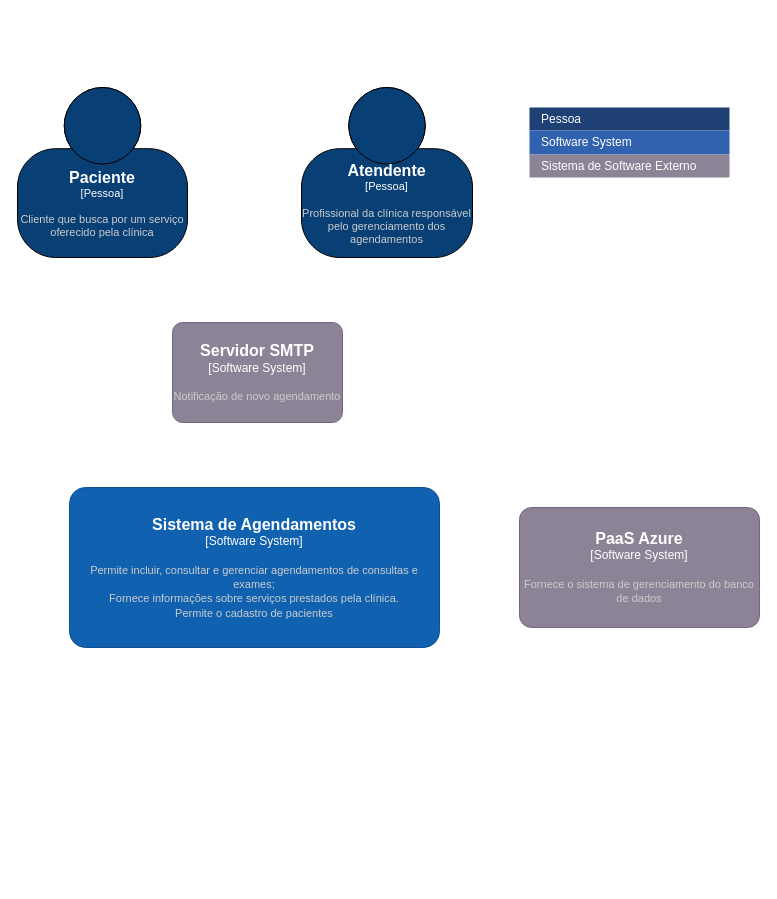
Earlier version of the draw.io diagram C4-Diagram-ClinicaMedica.drawio (betosedenho/ProjetoIntegrado-EngSoftware). Source tidied: cells renumbered, new cells numbered last; positions are measured from the earlier drawing's top-left corner, leaving out a move shared by most shapes. Both pictures are drawn from the tidied source at 100%, with x=0, y=0 at pixel (17, 87).
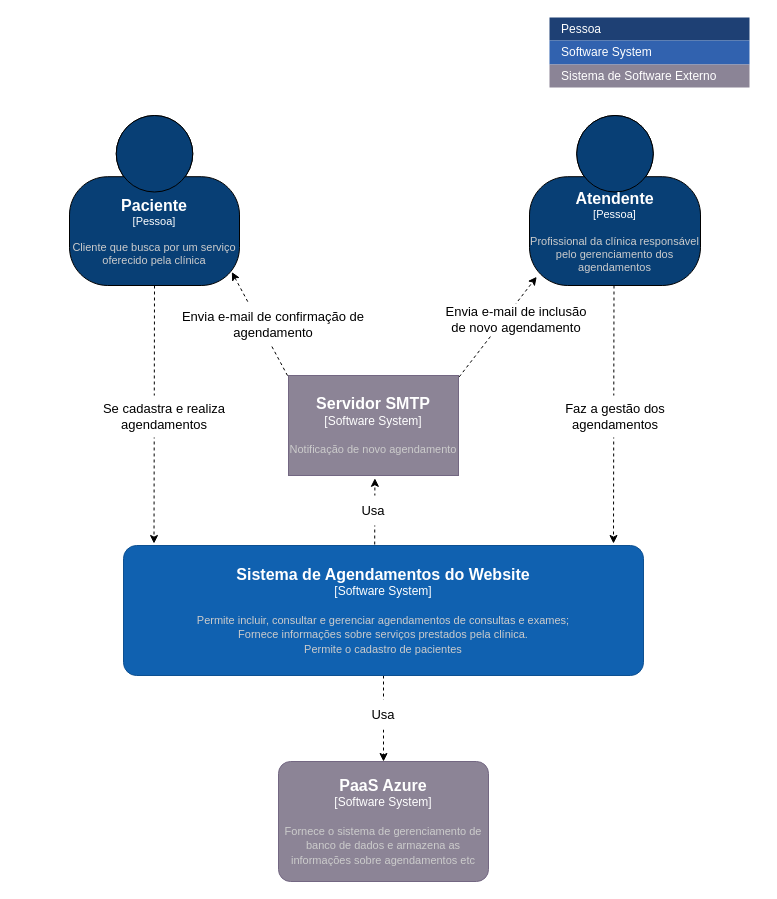
After the change.

Diff of the diagram source:
```diff
@@
     <object id="2" label="&lt;font style=&quot;font-size: 16px&quot;&gt;&lt;b&gt;%c4Name%&lt;/b&gt;&lt;/font&gt;&lt;div&gt;[%c4Type%]&lt;/div&gt;&lt;br&gt;&lt;div&gt;&lt;font style=&quot;font-size: 11px&quot;&gt;&lt;font color=&quot;#cccccc&quot;&gt;%c4Description%&lt;/font&gt;&lt;/div&gt;" c4Description="Cliente que busca por um serviço oferecido pela clínica" c4Name="Paciente" c4Type="Pessoa" placeholders="1">
       <mxCell style="html=1;fontSize=11;dashed=0;whitespace=wrap;fillColor=#083F75;strokeColor=default;fontColor=#ffffff;shape=mxgraph.c4.person2;align=center;points=[[0.5,0,0],[1,0.5,0],[1,0.75,0],[0.75,1,0],[0.5,1,0],[0.25,1,0],[0,0.75,0],[0,0.5,0]];gradientColor=none;shadow=0;sketch=0;verticalAlign=middle;whiteSpace=wrap;" parent="1" vertex="1">
-        <mxGeometry width="170" height="170" as="geometry" />
+        <mxGeometry x="52" y="28" width="170" height="170" as="geometry" />
       </mxCell>
     </object>
     <mxCell id="3" style="shape=table;html=1;whiteSpace=wrap;startSize=0;childLayout=tableLayout;fillColor=none;align=left;spacingLeft=10;strokeColor=none;rounded=1;arcSize=11;fontColor=#FFFFFF;" parent="1" vertex="1">
-      <mxGeometry x="512" y="20" width="200" height="70" as="geometry" />
+      <mxGeometry x="532" y="-70" width="200" height="70" as="geometry" />
     </mxCell>
@@
     <object id="7" label="&lt;font style=&quot;font-size: 16px&quot;&gt;&lt;b&gt;%c4Name%&lt;/b&gt;&lt;/font&gt;&lt;div&gt;[%c4Type%]&lt;/div&gt;&lt;br&gt;&lt;div&gt;&lt;font style=&quot;font-size: 11px&quot;&gt;&lt;font color=&quot;#cccccc&quot;&gt;%c4Description%&lt;/font&gt;&lt;/div&gt;" c4Description="Profissional da clínica responsável pelo gerenciamento dos agendamentos" c4Name="Atendente" c4Type="Pessoa" placeholders="1">
       <mxCell style="html=1;fontSize=11;dashed=0;whitespace=wrap;fillColor=#083F75;strokeColor=default;fontColor=#ffffff;shape=mxgraph.c4.person2;align=center;points=[[0.5,0,0],[1,0.5,0],[1,0.75,0],[0.75,1,0],[0.5,1,0],[0.25,1,0],[0,0.75,0],[0,0.5,0]];gradientColor=none;shadow=0;sketch=0;verticalAlign=middle;whiteSpace=wrap;" parent="1" vertex="1">
-        <mxGeometry x="284" width="171" height="170" as="geometry" />
+        <mxGeometry x="512" y="28" width="171" height="170" as="geometry" />
       </mxCell>
     </object>
+    <mxCell id="11" style="edgeStyle=none;rounded=0;sketch=0;orthogonalLoop=1;jettySize=auto;html=1;entryX=0.561;entryY=1.038;entryDx=0;entryDy=0;entryPerimeter=0;dashed=1;fontSize=13;" parent="1" edge="1">
+      <mxGeometry relative="1" as="geometry">
+        <mxPoint x="357.2" y="457" as="sourcePoint" />
+        <mxPoint x="357.4" y="390.8" as="targetPoint" />
+      </mxGeometry>
+    </mxCell>
+    <mxCell id="12" style="edgeStyle=none;rounded=0;sketch=0;jettySize=auto;html=1;entryX=0.5;entryY=0;entryDx=0;entryDy=0;entryPerimeter=0;dashed=1;fontSize=13;" parent="1" edge="1" source="8" target="10">
+      <mxGeometry relative="1" as="geometry" />
+    </mxCell>
-    <object id="8" label="&lt;font style=&quot;font-size: 16px&quot;&gt;&lt;b&gt;%c4Name%&lt;/b&gt;&lt;/font&gt;&lt;div&gt;[%c4Type%]&lt;/div&gt;&lt;br&gt;&lt;div&gt;&lt;font style=&quot;font-size: 11px&quot;&gt;&lt;font color=&quot;#cccccc&quot;&gt;%c4Description%&lt;/font&gt;&lt;/font&gt;&lt;/div&gt;" c4Description="Permite incluir, consultar e gerenciar agendamentos de consultas e exames;&#10;Fornece informações sobre serviços prestados pela clínica. &#10;Permite o cadastro de pacientes" c4Name="Sistema de Agendamentos" c4Type="Software System" placeholders="1">
+    <object id="8" label="&lt;font style=&quot;font-size: 16px&quot;&gt;&lt;b&gt;%c4Name%&lt;/b&gt;&lt;/font&gt;&lt;div&gt;[%c4Type%]&lt;/div&gt;&lt;br&gt;&lt;div&gt;&lt;font style=&quot;font-size: 11px&quot;&gt;&lt;font color=&quot;#cccccc&quot;&gt;%c4Description%&lt;/font&gt;&lt;/font&gt;&lt;/div&gt;" c4Description="Permite incluir, consultar e gerenciar agendamentos de consultas e exames;&#10;Fornece informações sobre serviços prestados pela clínica. &#10;Permite o cadastro de pacientes" c4Name="Sistema de Agendamentos do Website" c4Type="Software System" placeholders="1">
       <mxCell style="rounded=1;whiteSpace=wrap;html=1;labelBackgroundColor=none;fillColor=#1061B0;fontColor=#ffffff;align=center;arcSize=10;strokeColor=#0D5091;points=[[0.25,0,0],[0.5,0,0],[0.75,0,0],[1,0.25,0],[1,0.5,0],[1,0.75,0],[0.75,1,0],[0.5,1,0],[0.25,1,0],[0,0.75,0],[0,0.5,0],[0,0.25,0]];shadow=0;sketch=0;labelBorderColor=none;" parent="1" vertex="1">
-        <mxGeometry x="52" y="400" width="370" height="160" as="geometry" />
+        <mxGeometry x="106" y="458" width="520" height="130" as="geometry" />
       </mxCell>
     </object>
+    <mxCell id="13" style="rounded=0;sketch=0;jettySize=auto;html=1;entryX=0.042;entryY=0.949;entryDx=0;entryDy=0;entryPerimeter=0;dashed=1;fontSize=13;exitX=1.004;exitY=0.014;exitDx=0;exitDy=0;exitPerimeter=0;" parent="1" edge="1" source="9" target="7">
+      <mxGeometry relative="1" as="geometry" />
+    </mxCell>
+    <mxCell id="14" style="edgeStyle=none;rounded=0;sketch=0;jettySize=auto;html=1;entryX=0.955;entryY=0.921;entryDx=0;entryDy=0;entryPerimeter=0;dashed=1;fontSize=13;exitX=0.011;exitY=0.054;exitDx=0;exitDy=0;exitPerimeter=0;" parent="1" edge="1" source="9" target="2">
+      <mxGeometry relative="1" as="geometry" />
+    </mxCell>
     <object id="9" label="&lt;font style=&quot;font-size: 16px&quot;&gt;&lt;b&gt;%c4Name%&lt;/b&gt;&lt;/font&gt;&lt;div&gt;[%c4Type%]&lt;/div&gt;&lt;br&gt;&lt;div&gt;&lt;font style=&quot;font-size: 11px&quot;&gt;&lt;font color=&quot;#cccccc&quot;&gt;%c4Description%&lt;/font&gt;&lt;/div&gt;" c4Description="Notificação de novo agendamento" c4Name="Servidor SMTP" c4Type="Software System" placeholders="1">
-      <mxCell style="rounded=1;whiteSpace=wrap;html=1;labelBackgroundColor=none;fillColor=#8C8496;fontColor=#ffffff;align=center;arcSize=10;strokeColor=#736782;points=[[0.25,0,0],[0.5,0,0],[0.75,0,0],[1,0.25,0],[1,0.5,0],[1,0.75,0],[0.75,1,0],[0.5,1,0],[0.25,1,0],[0,0.75,0],[0,0.5,0],[0,0.25,0]];shadow=0;labelBorderColor=none;sketch=0;" parent="1" vertex="1">
-        <mxGeometry x="155" y="235" width="170" height="100" as="geometry" />
+      <mxCell style="rounded=1;whiteSpace=wrap;html=1;labelBackgroundColor=none;fillColor=#8C8496;fontColor=#ffffff;align=center;arcSize=0;strokeColor=#736782;points=[[0.25,0,0],[0.5,0,0],[0.75,0,0],[1,0.25,0],[1,0.5,0],[1,0.75,0],[0.75,1,0],[0.5,1,0],[0.25,1,0],[0,0.75,0],[0,0.5,0],[0,0.25,0]];shadow=0;labelBorderColor=none;sketch=0;glass=0;" parent="1" vertex="1">
+        <mxGeometry x="271" y="288" width="170" height="100" as="geometry" />
       </mxCell>
     </object>
-    <object id="10" label="&lt;font style=&quot;font-size: 16px&quot;&gt;&lt;b&gt;%c4Name%&lt;/b&gt;&lt;/font&gt;&lt;div&gt;[%c4Type%]&lt;/div&gt;&lt;br&gt;&lt;div&gt;&lt;font style=&quot;font-size: 11px&quot;&gt;&lt;font color=&quot;#cccccc&quot;&gt;%c4Description%&lt;/font&gt;&lt;/div&gt;" c4Description="Fornece o sistema de gerenciamento do banco de dados" c4Name="PaaS Azure" c4Type="Software System" placeholders="1">
+    <object id="10" label="&lt;font style=&quot;font-size: 16px&quot;&gt;&lt;b&gt;%c4Name%&lt;/b&gt;&lt;/font&gt;&lt;div&gt;[%c4Type%]&lt;/div&gt;&lt;br&gt;&lt;div&gt;&lt;font style=&quot;font-size: 11px&quot;&gt;&lt;font color=&quot;#cccccc&quot;&gt;%c4Description%&lt;/font&gt;&lt;/div&gt;" c4Description="Fornece o sistema de gerenciamento de banco de dados e armazena as informações sobre agendamentos etc" c4Name="PaaS Azure" c4Type="Software System" placeholders="1">
       <mxCell style="rounded=1;whiteSpace=wrap;html=1;labelBackgroundColor=none;fillColor=#8C8496;fontColor=#ffffff;align=center;arcSize=10;strokeColor=#736782;points=[[0.25,0,0],[0.5,0,0],[0.75,0,0],[1,0.25,0],[1,0.5,0],[1,0.75,0],[0.75,1,0],[0.5,1,0],[0.25,1,0],[0,0.75,0],[0,0.5,0],[0,0.25,0]];shadow=0;labelBorderColor=none;sketch=0;" parent="1" vertex="1">
-        <mxGeometry x="502" y="420" width="240" height="120" as="geometry" />
+        <mxGeometry x="261" y="674" width="210" height="120" as="geometry" />
       </mxCell>
     </object>
+    <mxCell id="15" style="endArrow=classic;html=1;rounded=0;dashed=1;sketch=0;exitX=0.5;exitY=1;exitDx=0;exitDy=0;exitPerimeter=0;" parent="1" edge="1" source="2">
+      <mxGeometry relative="1" as="geometry">
+        <mxPoint x="136.5" y="456" as="targetPoint" />
+      </mxGeometry>
+    </mxCell>
+    <mxCell id="16" value="&lt;font style=&quot;font-size: 13px;&quot;&gt;Envia e-mail de confirmação de agendamento&lt;/font&gt;" style="text;html=1;align=center;verticalAlign=middle;whiteSpace=wrap;rounded=0;fillColor=#FFFFFF;strokeColor=none;dashed=1;" parent="1" vertex="1">
+      <mxGeometry x="161" y="216" width="190" height="42" as="geometry" />
+    </mxCell>
+    <mxCell id="17" value="&lt;font style=&quot;font-size: 13px;&quot;&gt;Envia e-mail de inclusão de novo agendamento&lt;/font&gt;" style="text;html=1;align=center;verticalAlign=middle;whiteSpace=wrap;rounded=0;fillColor=#FFFFFF;strokeColor=none;dashed=1;" parent="1" vertex="1">
+      <mxGeometry x="419" y="216" width="160" height="32" as="geometry" />
+    </mxCell>
+    <mxCell id="18" style="endArrow=classic;html=1;rounded=0;dashed=1;sketch=0;exitX=0.5;exitY=1;exitDx=0;exitDy=0;exitPerimeter=0;" parent="1" edge="1">
+      <mxGeometry relative="1" as="geometry">
+        <mxPoint x="596.5" y="198" as="sourcePoint" />
+        <mxPoint x="596" y="456" as="targetPoint" />
+      </mxGeometry>
+    </mxCell>
+    <mxCell id="19" value="&lt;font style=&quot;font-size: 13px;&quot;&gt;Se cadastra e realiza agendamentos&lt;/font&gt;" style="text;html=1;align=center;verticalAlign=middle;whiteSpace=wrap;rounded=0;fillColor=#FFFFFF;strokeColor=none;dashed=1;" parent="1" vertex="1">
+      <mxGeometry x="72" y="308" width="150" height="42" as="geometry" />
+    </mxCell>
+    <mxCell id="20" value="&lt;font style=&quot;font-size: 13px;&quot;&gt;Faz a gestão dos agendamentos&lt;/font&gt;" style="text;html=1;align=center;verticalAlign=middle;whiteSpace=wrap;rounded=0;fillColor=#FFFFFF;strokeColor=none;dashed=1;" parent="1" vertex="1">
+      <mxGeometry x="522.5" y="308" width="150" height="42" as="geometry" />
+    </mxCell>
+    <mxCell id="21" value="&lt;font style=&quot;font-size: 13px;&quot;&gt;Usa&lt;/font&gt;" style="text;html=1;align=center;verticalAlign=middle;whiteSpace=wrap;rounded=0;fillColor=#FFFFFF;strokeColor=none;dashed=1;" parent="1" vertex="1">
+      <mxGeometry x="336" y="408" width="40" height="30" as="geometry" />
+    </mxCell>
+    <mxCell id="22" value="&lt;font style=&quot;font-size: 13px;&quot;&gt;Usa&lt;/font&gt;" style="text;html=1;align=center;verticalAlign=middle;whiteSpace=wrap;rounded=0;fillColor=#FFFFFF;strokeColor=none;dashed=1;" parent="1" vertex="1">
+      <mxGeometry x="346" y="612" width="40" height="30" as="geometry" />
+    </mxCell>
```
